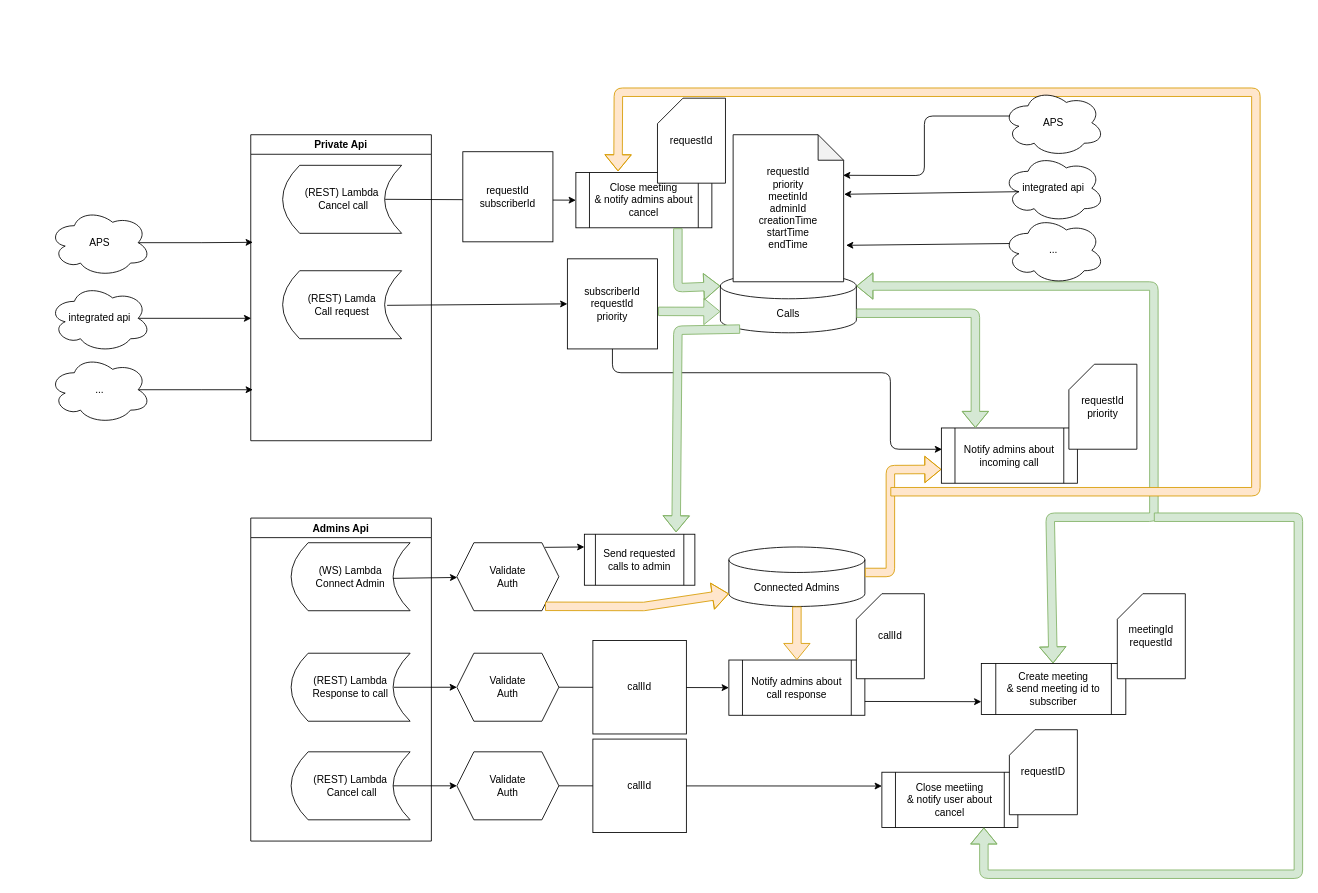
Before: CallArchitecture.drawio in magistrser/drawio, a draw.io diagram. Source tidied: cells renumbered, new cells numbered last; positions are measured from the earlier drawing's top-left corner, leaving out a move shared by most shapes. Both pictures are drawn from the tidied source at 85%, with x=0, y=0 at pixel (48, 88).
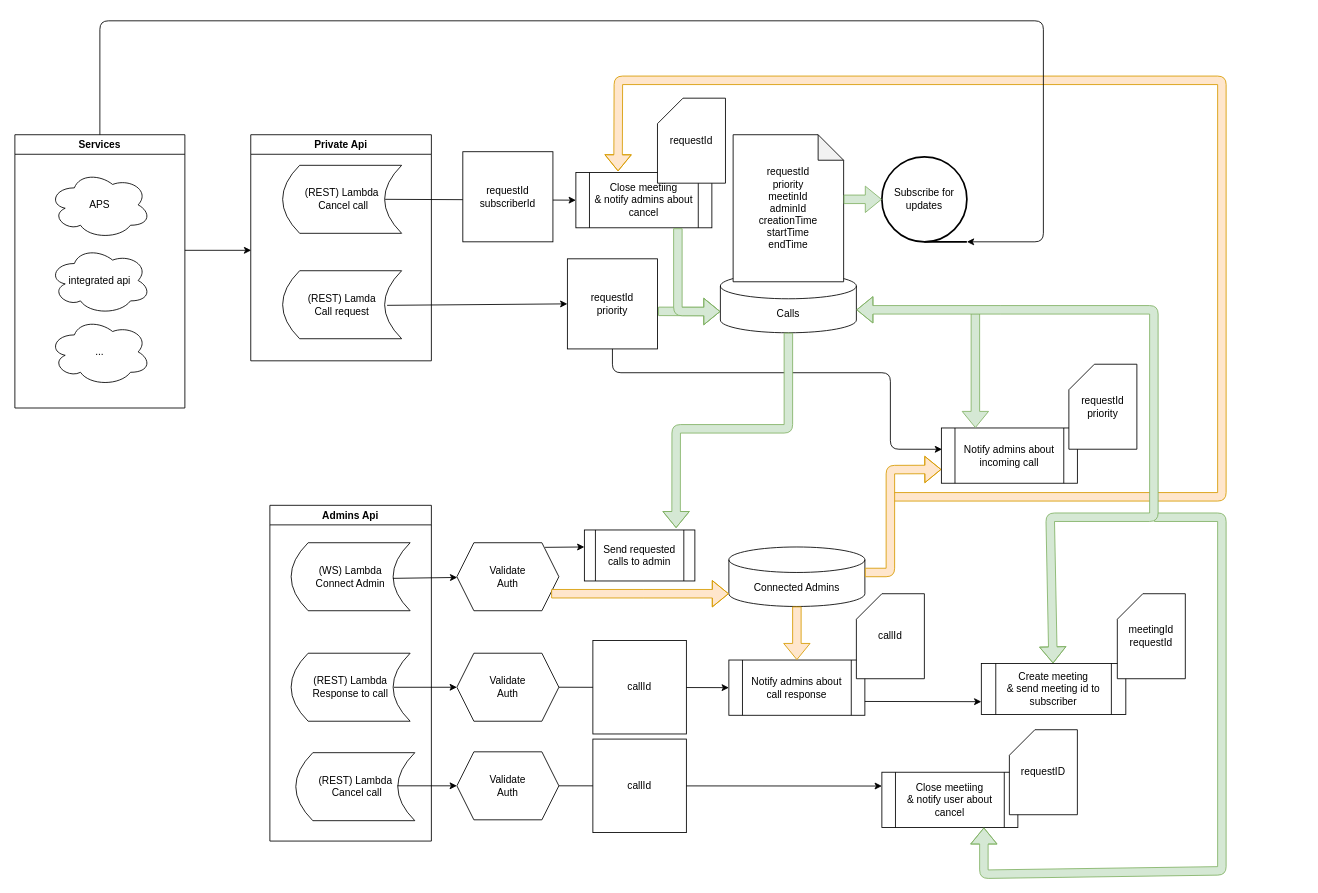
Above is the later version.

The change refers to these unchanged cells:
```xml
<mxCell id="2" value="Connected Admins" style="shape=cylinder3;whiteSpace=wrap;html=1;boundedLbl=1;backgroundOutline=1;size=15;" parent="1" vertex="1">
  <mxGeometry x="800" y="539" width="160" height="70" as="geometry" />
</mxCell>
<mxCell id="3" value="Calls" style="shape=cylinder3;whiteSpace=wrap;html=1;boundedLbl=1;backgroundOutline=1;size=15;" parent="1" vertex="1">
  <mxGeometry x="790" y="217" width="160" height="70" as="geometry" />
</mxCell>
<mxCell id="5" value="Validate&lt;br&gt;Auth" style="shape=hexagon;perimeter=hexagonPerimeter2;whiteSpace=wrap;html=1;fixedSize=1;" parent="1" vertex="1">
  <mxGeometry x="480" y="534" width="120" height="80" as="geometry" />
</mxCell>
<mxCell id="10" value="Notify admins about incoming call" style="shape=process;whiteSpace=wrap;html=1;backgroundOutline=1;fillColor=#ffffff;" parent="1" vertex="1">
  <mxGeometry x="1050" y="399" width="160" height="65" as="geometry" />
</mxCell>
<mxCell id="26" value="Create meeting&lt;br&gt;&amp;amp; send meeting id to subscriber" style="shape=process;whiteSpace=wrap;html=1;backgroundOutline=1;fillColor=#ffffff;" parent="1" vertex="1">
  <mxGeometry x="1097" y="676" width="170" height="60" as="geometry" />
</mxCell>
<mxCell id="30" value="requestId&lt;br&gt;priority&lt;br&gt;meetinId&lt;br&gt;adminId&lt;br&gt;creationTime&lt;br&gt;startTime&lt;br&gt;endTime" style="shape=note;whiteSpace=wrap;html=1;backgroundOutline=1;darkOpacity=0.05;fillColor=#ffffff;" parent="1" vertex="1">
  <mxGeometry x="805" y="54" width="130" height="173" as="geometry" />
</mxCell>
<mxCell id="32" value="Close meetiing&lt;br&gt;&amp;amp; notify user about&lt;br&gt;cancel" style="shape=process;whiteSpace=wrap;html=1;backgroundOutline=1;fillColor=#ffffff;" parent="1" vertex="1">
  <mxGeometry x="980" y="804" width="160" height="65" as="geometry" />
</mxCell>
<mxCell id="37" value="Validate&lt;br&gt;Auth" style="shape=hexagon;perimeter=hexagonPerimeter2;whiteSpace=wrap;html=1;fixedSize=1;" parent="1" vertex="1">
  <mxGeometry x="480" y="780" width="120" height="80" as="geometry" />
</mxCell>
<mxCell id="42" value="Close meetiing&lt;br&gt;&amp;amp; notify admins about&lt;br&gt;cancel" style="shape=process;whiteSpace=wrap;html=1;backgroundOutline=1;fillColor=#ffffff;" parent="1" vertex="1">
  <mxGeometry x="620" y="98.5" width="160" height="65" as="geometry" />
</mxCell>
```

Diff of the diagram source:
```diff
@@
     <mxCell id="7" value="Private Api" style="swimlane;" parent="1" vertex="1">
-      <mxGeometry x="237.5" y="54" width="212.5" height="360" as="geometry" />
+      <mxGeometry x="237.5" y="54" width="212.5" height="266" as="geometry" />
     </mxCell>
@@
-    <mxCell id="9" value="subscriberId&lt;br&gt;requestId&lt;br&gt;priority" style="whiteSpace=wrap;html=1;" parent="1" vertex="1">
+    <mxCell id="9" value="requestId&lt;br&gt;priority" style="whiteSpace=wrap;html=1;" parent="1" vertex="1">
       <mxGeometry x="610" y="200" width="106" height="106" as="geometry" />
     </mxCell>
@@
-    <mxCell id="12" style="shape=flexArrow;endArrow=classic;html=1;entryX=0;entryY=0.75;entryDx=0;entryDy=0;fillColor=#ffe6cc;strokeColor=#d79b00;" parent="1" edge="1" target="10">
-      <mxGeometry relative="1" as="geometry">
-        <mxPoint x="960" y="569" as="sourcePoint" />
-        <Array as="points">
-          <mxPoint x="990" y="569" />
-          <mxPoint x="990" y="448" />
-        </Array>
-      </mxGeometry>
-    </mxCell>
@@
-    <mxCell id="17" style="shape=flexArrow;endArrow=classic;html=1;exitX=0.865;exitY=0.935;exitDx=0;exitDy=0;entryX=0;entryY=1;entryDx=0;entryDy=-15;entryPerimeter=0;fillColor=#ffe6cc;strokeColor=#d79b00;exitPerimeter=0;" parent="1" edge="1" source="5" target="2">
+    <mxCell id="17" style="shape=flexArrow;endArrow=classic;html=1;entryX=0;entryY=1;entryDx=0;entryDy=-15;entryPerimeter=0;fillColor=#ffe6cc;strokeColor=#d79b00;" parent="1" edge="1" target="2">
       <mxGeometry relative="1" as="geometry">
+        <mxPoint x="591" y="594" as="sourcePoint" />
         <Array as="points">
-          <mxPoint x="700" y="609" />
+          <mxPoint x="700" y="594" />
         </Array>
       </mxGeometry>
     </mxCell>
@@
     <mxCell id="25" style="shape=flexArrow;endArrow=classic;html=1;entryX=0.25;entryY=0;entryDx=0;entryDy=0;fillColor=#d5e8d4;strokeColor=#82b366;" parent="1" edge="1" target="10">
       <mxGeometry relative="1" as="geometry">
-        <mxPoint x="950" y="264" as="sourcePoint" />
+        <mxPoint x="1090" y="264" as="sourcePoint" />
         <Array as="points">
           <mxPoint x="1090" y="264" />
         </Array>
       </mxGeometry>
     </mxCell>
@@
-    <mxCell id="29" style="shape=flexArrow;endArrow=classic;startArrow=classic;html=1;entryX=1;entryY=0;entryDx=0;entryDy=15;entryPerimeter=0;fillColor=#d5e8d4;strokeColor=#82b366;" parent="1" edge="1" source="26" target="3">
-      <mxGeometry relative="1" as="geometry">
-        <Array as="points">
-          <mxPoint x="1178" y="504" />
-          <mxPoint x="1300" y="504" />
-          <mxPoint x="1300" y="232" />
-        </Array>
-      </mxGeometry>
-    </mxCell>
@@
     <mxCell id="33" value="Admins Api" style="swimlane;fillColor=#ffffff;" parent="1" vertex="1">
-      <mxGeometry x="237.5" y="505" width="212.5" height="380" as="geometry" />
+      <mxGeometry x="260" y="490" width="190" height="395" as="geometry" />
     </mxCell>
     <mxCell id="34" value="(REST) Lambda&lt;br&gt;&amp;nbsp;Cancel call" style="shape=dataStorage;whiteSpace=wrap;html=1;fixedSize=1;" parent="33" vertex="1">
-      <mxGeometry x="47.5" y="275" width="140" height="80" as="geometry" />
+      <mxGeometry x="30.5" y="291" width="140" height="80" as="geometry" />
     </mxCell>
     <mxCell id="35" style="endArrow=classic;html=1;entryX=0;entryY=0.5;entryDx=0;entryDy=0;" parent="1" edge="1" target="37">
       <mxGeometry relative="1" as="geometry">
-        <mxPoint x="405" y="820" as="sourcePoint" />
+        <mxPoint x="410" y="820" as="sourcePoint" />
       </mxGeometry>
     </mxCell>
@@
     <mxCell id="40" style="shape=flexArrow;endArrow=classic;html=1;entryX=0.75;entryY=1;entryDx=0;entryDy=0;fillColor=#d5e8d4;strokeColor=#82b366;" parent="1" edge="1" target="32">
       <mxGeometry relative="1" as="geometry">
         <mxPoint x="1300" y="504" as="sourcePoint" />
         <Array as="points">
-          <mxPoint x="1470" y="504" />
-          <mxPoint x="1470" y="924" />
+          <mxPoint x="1380" y="504" />
+          <mxPoint x="1380" y="920" />
           <mxPoint x="1100" y="924" />
         </Array>
       </mxGeometry>
     </mxCell>
@@
-    <mxCell id="44" style="shape=flexArrow;endArrow=classic;html=1;entryX=0;entryY=0;entryDx=0;entryDy=15;entryPerimeter=0;fillColor=#d5e8d4;strokeColor=#82b366;" parent="1" edge="1" target="3">
+    <mxCell id="44" style="shape=flexArrow;endArrow=classic;html=1;entryX=0;entryY=0;entryDx=0;entryDy=45;entryPerimeter=0;fillColor=#d5e8d4;strokeColor=#82b366;" parent="1" edge="1" target="3">
       <mxGeometry relative="1" as="geometry">
         <mxPoint x="740" y="164" as="sourcePoint" />
         <Array as="points">
-          <mxPoint x="740" y="234" />
+          <mxPoint x="740" y="262" />
         </Array>
       </mxGeometry>
     </mxCell>
     <mxCell id="45" style="shape=flexArrow;endArrow=classic;html=1;entryX=0.31;entryY=-0.022;entryDx=0;entryDy=0;entryPerimeter=0;fillColor=#ffe6cc;strokeColor=#d79b00;" parent="1" edge="1" target="42">
       <mxGeometry relative="1" as="geometry">
-        <mxPoint x="990" y="474" as="sourcePoint" />
+        <mxPoint x="990" y="480" as="sourcePoint" />
         <Array as="points">
-          <mxPoint x="1420" y="474" />
-          <mxPoint x="1420" y="4" />
-          <mxPoint x="670" y="4" />
+          <mxPoint x="1380" y="480" />
+          <mxPoint x="1380" y="-10" />
+          <mxPoint x="670" y="-10" />
         </Array>
       </mxGeometry>
     </mxCell>
@@
-    <mxCell id="47" style="edgeStyle=orthogonalEdgeStyle;rounded=0;jettySize=auto;html=1;exitX=0.875;exitY=0.5;exitDx=0;exitDy=0;exitPerimeter=0;" parent="1" edge="1" source="48">
-      <mxGeometry relative="1" as="geometry">
-        <mxPoint x="240" y="180.6" as="targetPoint" />
-      </mxGeometry>
-    </mxCell>
     <mxCell id="48" value="APS" style="ellipse;shape=cloud;whiteSpace=wrap;html=1;fillColor=#ffffff;" parent="1" vertex="1">
-      <mxGeometry y="141" width="120" height="80" as="geometry" />
+      <mxGeometry y="96.5" width="120" height="80" as="geometry" />
     </mxCell>
-    <mxCell id="49" style="edgeStyle=orthogonalEdgeStyle;rounded=0;jettySize=auto;html=1;exitX=0.875;exitY=0.5;exitDx=0;exitDy=0;exitPerimeter=0;" parent="1" edge="1" source="50">
+    <mxCell id="49" style="edgeStyle=orthogonalEdgeStyle;rounded=0;orthogonalLoop=1;jettySize=auto;html=1;" parent="1" edge="1">
       <mxGeometry relative="1" as="geometry">
-        <mxPoint x="238" y="270" as="targetPoint" />
+        <mxPoint x="160" y="190" as="sourcePoint" />
+        <mxPoint x="238" y="190" as="targetPoint" />
       </mxGeometry>
     </mxCell>
     <mxCell id="50" value="integrated api" style="ellipse;shape=cloud;whiteSpace=wrap;html=1;fillColor=#ffffff;" parent="1" vertex="1">
-      <mxGeometry y="230" width="120" height="80" as="geometry" />
+      <mxGeometry y="185.5" width="120" height="80" as="geometry" />
     </mxCell>
-    <mxCell id="51" style="edgeStyle=orthogonalEdgeStyle;rounded=0;jettySize=auto;html=1;exitX=0.875;exitY=0.5;exitDx=0;exitDy=0;exitPerimeter=0;" parent="1" edge="1" source="52">
-      <mxGeometry relative="1" as="geometry">
-        <mxPoint x="240" y="354" as="targetPoint" />
-      </mxGeometry>
-    </mxCell>
     <mxCell id="52" value="..." style="ellipse;shape=cloud;whiteSpace=wrap;html=1;fillColor=#ffffff;" parent="1" vertex="1">
-      <mxGeometry y="314" width="120" height="80" as="geometry" />
+      <mxGeometry y="269.5" width="120" height="80" as="geometry" />
     </mxCell>
     <mxCell id="53" value="Send requested calls to admin" style="shape=process;whiteSpace=wrap;html=1;backgroundOutline=1;fillColor=#ffffff;" parent="1" vertex="1">
-      <mxGeometry x="630" y="524" width="130" height="60" as="geometry" />
+      <mxGeometry x="630" y="519" width="130" height="60" as="geometry" />
     </mxCell>
-    <mxCell id="54" style="endArrow=classic;html=1;exitX=0.865;exitY=0.068;exitDx=0;exitDy=0;entryX=0;entryY=0.25;entryDx=0;entryDy=0;exitPerimeter=0;" parent="1" edge="1" source="5" target="53">
-      <mxGeometry relative="1" as="geometry" />
+    <mxCell id="54" style="endArrow=classic;html=1;exitX=0.865;exitY=0.068;exitDx=0;exitDy=0;exitPerimeter=0;" parent="1" edge="1" source="5">
+      <mxGeometry relative="1" as="geometry">
+        <mxPoint x="630" y="539" as="targetPoint" />
+      </mxGeometry>
     </mxCell>
-    <mxCell id="55" style="shape=flexArrow;endArrow=classic;html=1;exitX=0.145;exitY=1;exitDx=0;exitDy=-4.35;exitPerimeter=0;entryX=0.83;entryY=-0.037;entryDx=0;entryDy=0;entryPerimeter=0;fillColor=#d5e8d4;strokeColor=#82b366;" parent="1" edge="1" source="3" target="53">
+    <mxCell id="55" style="shape=flexArrow;endArrow=classic;html=1;exitX=0.5;exitY=1;exitDx=0;exitDy=0;exitPerimeter=0;entryX=0.83;entryY=-0.037;entryDx=0;entryDy=0;entryPerimeter=0;fillColor=#d5e8d4;strokeColor=#82b366;" parent="1" edge="1" source="3" target="53">
       <mxGeometry relative="1" as="geometry">
         <Array as="points">
-          <mxPoint x="740" y="284" />
+          <mxPoint x="870" y="400" />
+          <mxPoint x="738" y="400" />
         </Array>
       </mxGeometry>
     </mxCell>
-    <mxCell id="56" value="APS" style="ellipse;shape=cloud;whiteSpace=wrap;html=1;fillColor=#ffffff;" parent="1" vertex="1">
-      <mxGeometry x="1122" width="120" height="80" as="geometry" />
-    </mxCell>
-    <mxCell id="57" value="integrated api" style="ellipse;shape=cloud;whiteSpace=wrap;html=1;fillColor=#ffffff;" parent="1" vertex="1">
-      <mxGeometry x="1122" y="77" width="120" height="80" as="geometry" />
-    </mxCell>
-    <mxCell id="58" value="..." style="ellipse;shape=cloud;whiteSpace=wrap;html=1;fillColor=#ffffff;" parent="1" vertex="1">
-      <mxGeometry x="1122" y="150" width="120" height="80" as="geometry" />
-    </mxCell>
-    <mxCell id="59" style="endArrow=classic;html=1;exitX=0.07;exitY=0.4;exitDx=0;exitDy=0;exitPerimeter=0;entryX=0.995;entryY=0.276;entryDx=0;entryDy=0;entryPerimeter=0;" parent="1" edge="1" source="56" target="30">
-      <mxGeometry relative="1" as="geometry">
-        <Array as="points">
-          <mxPoint x="1030" y="32" />
-          <mxPoint x="1030" y="102" />
-        </Array>
-      </mxGeometry>
-    </mxCell>
-    <mxCell id="60" style="endArrow=classic;html=1;exitX=0.16;exitY=0.55;exitDx=0;exitDy=0;exitPerimeter=0;entryX=1.004;entryY=0.405;entryDx=0;entryDy=0;entryPerimeter=0;" parent="1" edge="1" source="57" target="30">
-      <mxGeometry relative="1" as="geometry" />
-    </mxCell>
-    <mxCell id="61" style="endArrow=classic;html=1;exitX=0.07;exitY=0.4;exitDx=0;exitDy=0;exitPerimeter=0;entryX=1.022;entryY=0.752;entryDx=0;entryDy=0;entryPerimeter=0;" parent="1" edge="1" source="58" target="30">
-      <mxGeometry relative="1" as="geometry" />
-    </mxCell>
+    <mxCell id="62" value="Services" style="swimlane;fillColor=#ffffff;" parent="1" vertex="1">
+      <mxGeometry x="-40" y="54" width="200" height="321.5" as="geometry" />
+    </mxCell>
+    <mxCell id="63" value="Subscribe for&lt;br&gt;updates" style="strokeWidth=2;html=1;shape=mxgraph.flowchart.sequential_data;whiteSpace=wrap;fillColor=#ffffff;" parent="1" vertex="1">
+      <mxGeometry x="980" y="80" width="100" height="100" as="geometry" />
+    </mxCell>
+    <mxCell id="64" style="shape=flexArrow;endArrow=classic;html=1;entryX=0;entryY=0.5;entryDx=0;entryDy=0;entryPerimeter=0;fillColor=#d5e8d4;strokeColor=#82b366;" parent="1" edge="1" target="63">
+      <mxGeometry relative="1" as="geometry">
+        <mxPoint x="935" y="130" as="sourcePoint" />
+      </mxGeometry>
+    </mxCell>
+    <mxCell id="65" style="endArrow=classic;html=1;exitX=0.5;exitY=0;exitDx=0;exitDy=0;entryX=1;entryY=1;entryDx=0;entryDy=0;entryPerimeter=0;" parent="1" edge="1" source="62" target="63">
+      <mxGeometry relative="1" as="geometry">
+        <Array as="points">
+          <mxPoint x="60" y="-80" />
+          <mxPoint x="1170" y="-80" />
+          <mxPoint x="1170" y="180" />
+        </Array>
+      </mxGeometry>
+    </mxCell>
+    <mxCell id="66" style="shape=flexArrow;endArrow=classic;html=1;entryX=0;entryY=0.75;entryDx=0;entryDy=0;fillColor=#ffe6cc;strokeColor=#d79b00;" parent="1" edge="1">
+      <mxGeometry relative="1" as="geometry">
+        <mxPoint x="960" y="569" as="sourcePoint" />
+        <mxPoint x="1050" y="447.8" as="targetPoint" />
+        <Array as="points">
+          <mxPoint x="990" y="569" />
+          <mxPoint x="990" y="448" />
+        </Array>
+      </mxGeometry>
+    </mxCell>
+    <mxCell id="67" style="shape=flexArrow;endArrow=classic;startArrow=classic;html=1;fillColor=#d5e8d4;strokeColor=#82b366;" parent="1" edge="1">
+      <mxGeometry relative="1" as="geometry">
+        <mxPoint x="1181.4" y="676" as="sourcePoint" />
+        <mxPoint x="950" y="260" as="targetPoint" />
+        <Array as="points">
+          <mxPoint x="1178" y="504" />
+          <mxPoint x="1300" y="504" />
+          <mxPoint x="1300" y="260" />
+          <mxPoint x="1120" y="260" />
+        </Array>
+      </mxGeometry>
+    </mxCell>
```
